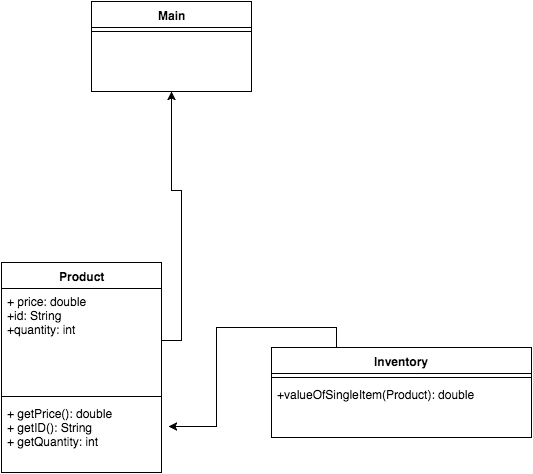
Earlier version of the draw.io export ClassManager/Class Manager.png (Zipcoder/Reusing_Classes_Labs). Source tidied: cells renumbered, new cells last; positions are measured from the earlier drawing's top-left corner, leaving out a move shared by most shapes. The source it was exported from:
```xml
<mxGraphModel background="#ffffff">
  <root>
    <mxCell id="0" />
    <mxCell id="1" parent="0" />
    <mxCell id="2" value="Main" style="swimlane;html=1;fontStyle=1;align=center;verticalAlign=top;horizontal=1;startSize=26;swimlaneFillColor=#ffffff;" parent="1" vertex="1">
      <mxGeometry x="90" width="160" height="90" as="geometry" />
    </mxCell>
    <mxCell id="3" style="line;html=1;strokeWidth=1;fillColor=none;align=left;verticalAlign=middle;spacingTop=-1;spacingLeft=3;spacingRight=3;labelPosition=right;" parent="2" vertex="1">
      <mxGeometry y="26" width="160" height="8" as="geometry" />
    </mxCell>
    <mxCell id="4" value="Product" style="swimlane;html=1;fontStyle=1;align=center;verticalAlign=top;horizontal=1;startSize=26;swimlaneFillColor=#ffffff;" parent="1" vertex="1">
      <mxGeometry y="261" width="160" height="210" as="geometry" />
    </mxCell>
    <mxCell id="5" value="+ price: double&lt;div&gt;+id: String&lt;/div&gt;&lt;div&gt;+quantity: int&lt;/div&gt;" style="text;html=1;strokeColor=none;fillColor=none;align=left;verticalAlign=top;spacingLeft=4;spacingRight=4;whiteSpace=wrap;overflow=hidden;points=[[0,0.5],[1,0.5]];portConstraint=eastwest;" parent="4" vertex="1">
      <mxGeometry y="26" width="160" height="104" as="geometry" />
    </mxCell>
    <mxCell id="6" style="line;html=1;strokeWidth=1;fillColor=none;align=left;verticalAlign=middle;spacingTop=-1;spacingLeft=3;spacingRight=3;labelPosition=right;" parent="4" vertex="1">
      <mxGeometry y="130" width="160" height="8" as="geometry" />
    </mxCell>
    <mxCell id="7" value="+ getPrice(): double&lt;div&gt;+ getID(): String&lt;/div&gt;&lt;div&gt;+ getQuantity: int&lt;/div&gt;" style="text;html=1;strokeColor=none;fillColor=none;align=left;verticalAlign=top;spacingLeft=4;spacingRight=4;whiteSpace=wrap;overflow=hidden;points=[[0,0.5],[1,0.5]];portConstraint=eastwest;" parent="4" vertex="1">
      <mxGeometry y="138" width="160" height="60" as="geometry" />
    </mxCell>
    <mxCell id="8" style="edgeStyle=orthogonalEdgeStyle;rounded=0;html=1;exitX=0.25;exitY=0;jettySize=auto;entryX=1.044;entryY=0.433;entryPerimeter=0;" parent="1" edge="1" source="9" target="7">
      <mxGeometry relative="1" as="geometry">
        <Array as="points">
          <mxPoint x="335" y="326" />
          <mxPoint x="215" y="326" />
          <mxPoint x="215" y="425" />
        </Array>
      </mxGeometry>
    </mxCell>
    <mxCell id="9" value="Inventory" style="swimlane;html=1;fontStyle=1;align=center;verticalAlign=top;horizontal=1;startSize=26;swimlaneFillColor=#ffffff;" parent="1" vertex="1">
      <mxGeometry x="270" y="346" width="260" height="90" as="geometry" />
    </mxCell>
    <mxCell id="10" style="line;html=1;strokeWidth=1;fillColor=none;align=left;verticalAlign=middle;spacingTop=-1;spacingLeft=3;spacingRight=3;labelPosition=right;" parent="9" vertex="1">
      <mxGeometry y="26" width="260" height="8" as="geometry" />
    </mxCell>
    <mxCell id="11" value="+valueOfSingleItem(Product): double" style="text;html=1;strokeColor=none;fillColor=none;align=left;verticalAlign=top;spacingLeft=4;spacingRight=4;whiteSpace=wrap;overflow=hidden;" parent="9" vertex="1">
      <mxGeometry y="34" width="260" height="46" as="geometry" />
    </mxCell>
    <mxCell id="12" style="edgeStyle=orthogonalEdgeStyle;rounded=0;html=1;exitX=1;exitY=0.5;entryX=0.5;entryY=1;jettySize=auto;" parent="1" edge="1" source="5" target="2">
      <mxGeometry relative="1" as="geometry">
        <Array as="points">
          <mxPoint x="180" y="339" />
          <mxPoint x="180" y="189" />
          <mxPoint x="170" y="189" />
        </Array>
      </mxGeometry>
    </mxCell>
  </root>
</mxGraphModel>
```
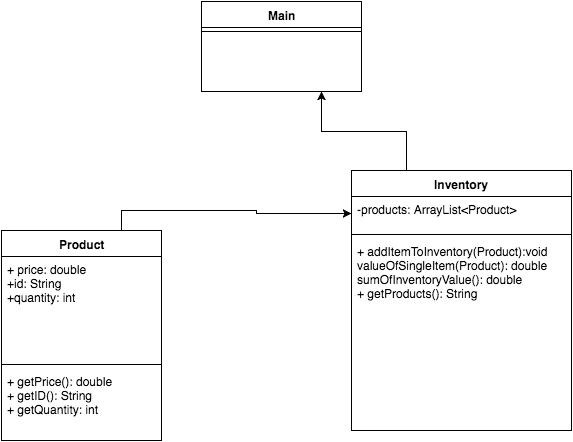
The same file after the commit.

The edit, as a diff of the source:
```diff
@@ -8,8 +8,11 @@
     <mxCell id="3" style="line;html=1;strokeWidth=1;fillColor=none;align=left;verticalAlign=middle;spacingTop=-1;spacingLeft=3;spacingRight=3;labelPosition=right;" parent="2" vertex="1">
       <mxGeometry y="26" width="160" height="8" as="geometry" />
     </mxCell>
+    <mxCell id="13" style="edgeStyle=orthogonalEdgeStyle;rounded=0;html=1;exitX=0.75;exitY=0;entryX=0;entryY=0.5;jettySize=auto;" parent="1" edge="1" source="4" target="15">
+      <mxGeometry relative="1" as="geometry" />
+    </mxCell>
     <mxCell id="4" value="Product" style="swimlane;html=1;fontStyle=1;align=center;verticalAlign=top;horizontal=1;startSize=26;swimlaneFillColor=#ffffff;" parent="1" vertex="1">
-      <mxGeometry y="261" width="160" height="210" as="geometry" />
+      <mxGeometry x="-110" y="229" width="160" height="210" as="geometry" />
     </mxCell>
     <mxCell id="5" value="+ price: double&lt;div&gt;+id: String&lt;/div&gt;&lt;div&gt;+quantity: int&lt;/div&gt;" style="text;html=1;strokeColor=none;fillColor=none;align=left;verticalAlign=top;spacingLeft=4;spacingRight=4;whiteSpace=wrap;overflow=hidden;points=[[0,0.5],[1,0.5]];portConstraint=eastwest;" parent="4" vertex="1">
       <mxGeometry y="26" width="160" height="104" as="geometry" />
@@ -20,32 +23,20 @@
     <mxCell id="7" value="+ getPrice(): double&lt;div&gt;+ getID(): String&lt;/div&gt;&lt;div&gt;+ getQuantity: int&lt;/div&gt;" style="text;html=1;strokeColor=none;fillColor=none;align=left;verticalAlign=top;spacingLeft=4;spacingRight=4;whiteSpace=wrap;overflow=hidden;points=[[0,0.5],[1,0.5]];portConstraint=eastwest;" parent="4" vertex="1">
       <mxGeometry y="138" width="160" height="60" as="geometry" />
     </mxCell>
-    <mxCell id="8" style="edgeStyle=orthogonalEdgeStyle;rounded=0;html=1;exitX=0.25;exitY=0;jettySize=auto;entryX=1.044;entryY=0.433;entryPerimeter=0;" parent="1" edge="1" source="9" target="7">
-      <mxGeometry relative="1" as="geometry">
-        <Array as="points">
-          <mxPoint x="335" y="326" />
-          <mxPoint x="215" y="326" />
-          <mxPoint x="215" y="425" />
-        </Array>
-      </mxGeometry>
-    </mxCell>
+    <mxCell id="14" style="edgeStyle=orthogonalEdgeStyle;rounded=0;html=1;exitX=0.25;exitY=0;entryX=0.75;entryY=1;jettySize=auto;" parent="1" edge="1" source="9" target="2">
+      <mxGeometry relative="1" as="geometry" />
+    </mxCell>
     <mxCell id="9" value="Inventory" style="swimlane;html=1;fontStyle=1;align=center;verticalAlign=top;horizontal=1;startSize=26;swimlaneFillColor=#ffffff;" parent="1" vertex="1">
-      <mxGeometry x="270" y="346" width="260" height="90" as="geometry" />
+      <mxGeometry x="240" y="169" width="220" height="260" as="geometry" />
     </mxCell>
-    <mxCell id="10" style="line;html=1;strokeWidth=1;fillColor=none;align=left;verticalAlign=middle;spacingTop=-1;spacingLeft=3;spacingRight=3;labelPosition=right;" parent="9" vertex="1">
-      <mxGeometry y="26" width="260" height="8" as="geometry" />
-    </mxCell>
-    <mxCell id="11" value="+valueOfSingleItem(Product): double" style="text;html=1;strokeColor=none;fillColor=none;align=left;verticalAlign=top;spacingLeft=4;spacingRight=4;whiteSpace=wrap;overflow=hidden;" parent="9" vertex="1">
-      <mxGeometry y="34" width="260" height="46" as="geometry" />
-    </mxCell>
-    <mxCell id="12" style="edgeStyle=orthogonalEdgeStyle;rounded=0;html=1;exitX=1;exitY=0.5;entryX=0.5;entryY=1;jettySize=auto;" parent="1" edge="1" source="5" target="2">
-      <mxGeometry relative="1" as="geometry">
-        <Array as="points">
-          <mxPoint x="180" y="339" />
-          <mxPoint x="180" y="189" />
-          <mxPoint x="170" y="189" />
-        </Array>
-      </mxGeometry>
-    </mxCell>
+    <mxCell id="15" value="-products: ArrayList&amp;lt;Product&amp;gt;" style="text;html=1;strokeColor=none;fillColor=none;align=left;verticalAlign=top;spacingLeft=4;spacingRight=4;whiteSpace=wrap;overflow=hidden;points=[[0,0.5],[1,0.5]];portConstraint=eastwest;" parent="9" vertex="1">
+      <mxGeometry y="26" width="220" height="34" as="geometry" />
+    </mxCell>
+    <mxCell id="16" style="line;html=1;strokeWidth=1;fillColor=none;align=left;verticalAlign=middle;spacingTop=-1;spacingLeft=3;spacingRight=3;labelPosition=right;" parent="9" vertex="1">
+      <mxGeometry y="60" width="220" height="8" as="geometry" />
+    </mxCell>
+    <mxCell id="17" value="+ addItemToInventory(Product):void&lt;div&gt;valueOfSingleItem(Product): double&lt;/div&gt;&lt;div&gt;sumOfInventoryValue(): double&lt;/div&gt;&lt;div&gt;+ getProducts(): String&lt;br&gt;&lt;div&gt;&lt;br&gt;&lt;/div&gt;&lt;/div&gt;" style="text;html=1;strokeColor=none;fillColor=none;align=left;verticalAlign=top;spacingLeft=4;spacingRight=4;whiteSpace=wrap;overflow=hidden;" parent="9" vertex="1">
+      <mxGeometry y="68" width="220" height="152" as="geometry" />
+    </mxCell>
   </root>
 </mxGraphModel>
```
